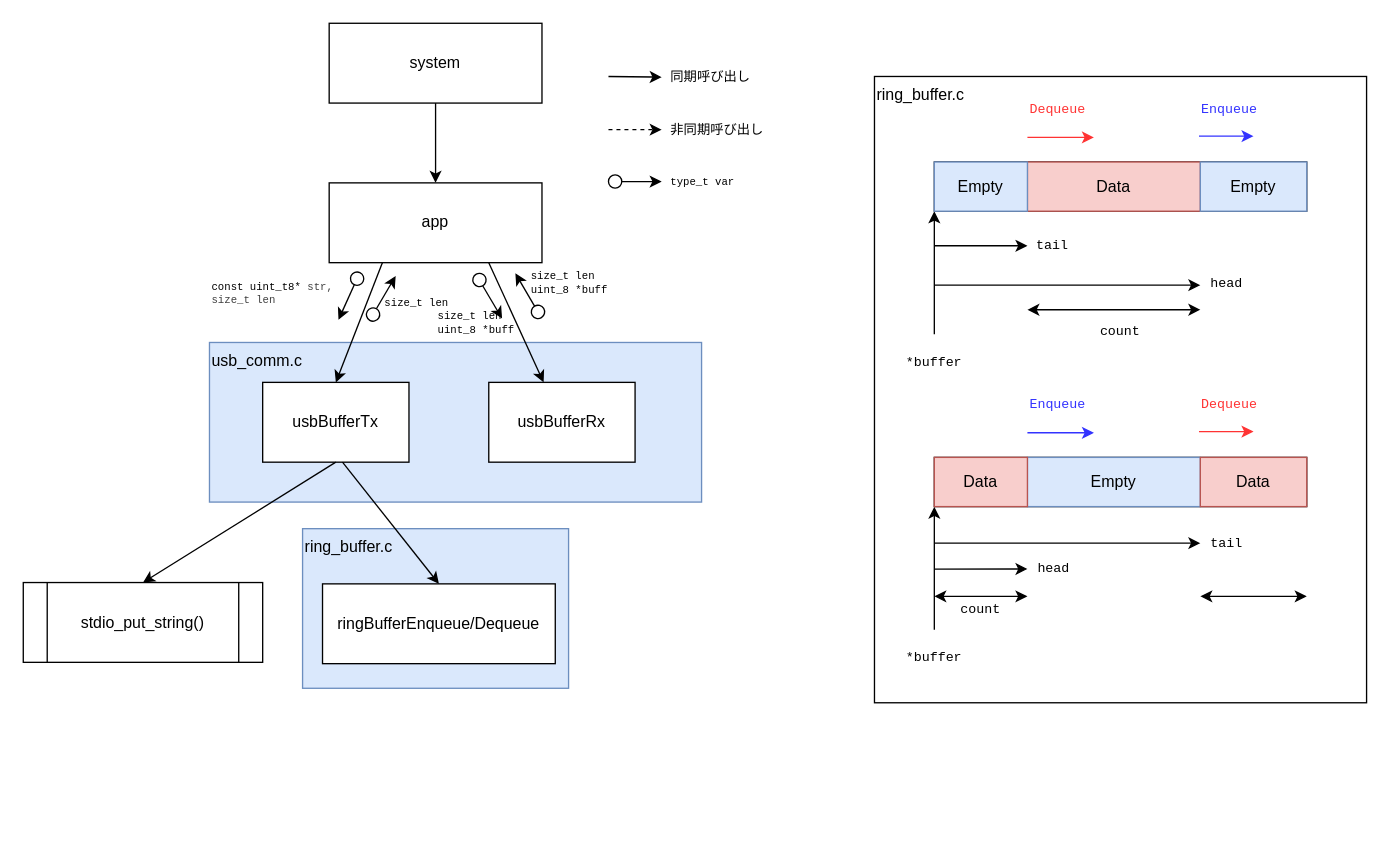
Earlier version of the draw.io diagram docs/usb通信_モジュール構造.drawio (mkou1256/raspico2w_playground). Source tidied: cells renumbered, new cells numbered last; positions are measured from the earlier drawing's top-left corner, leaving out a move shared by most shapes. Both pictures are drawn from the tidied source at 133%, with x=0, y=0 at pixel (23, 23).
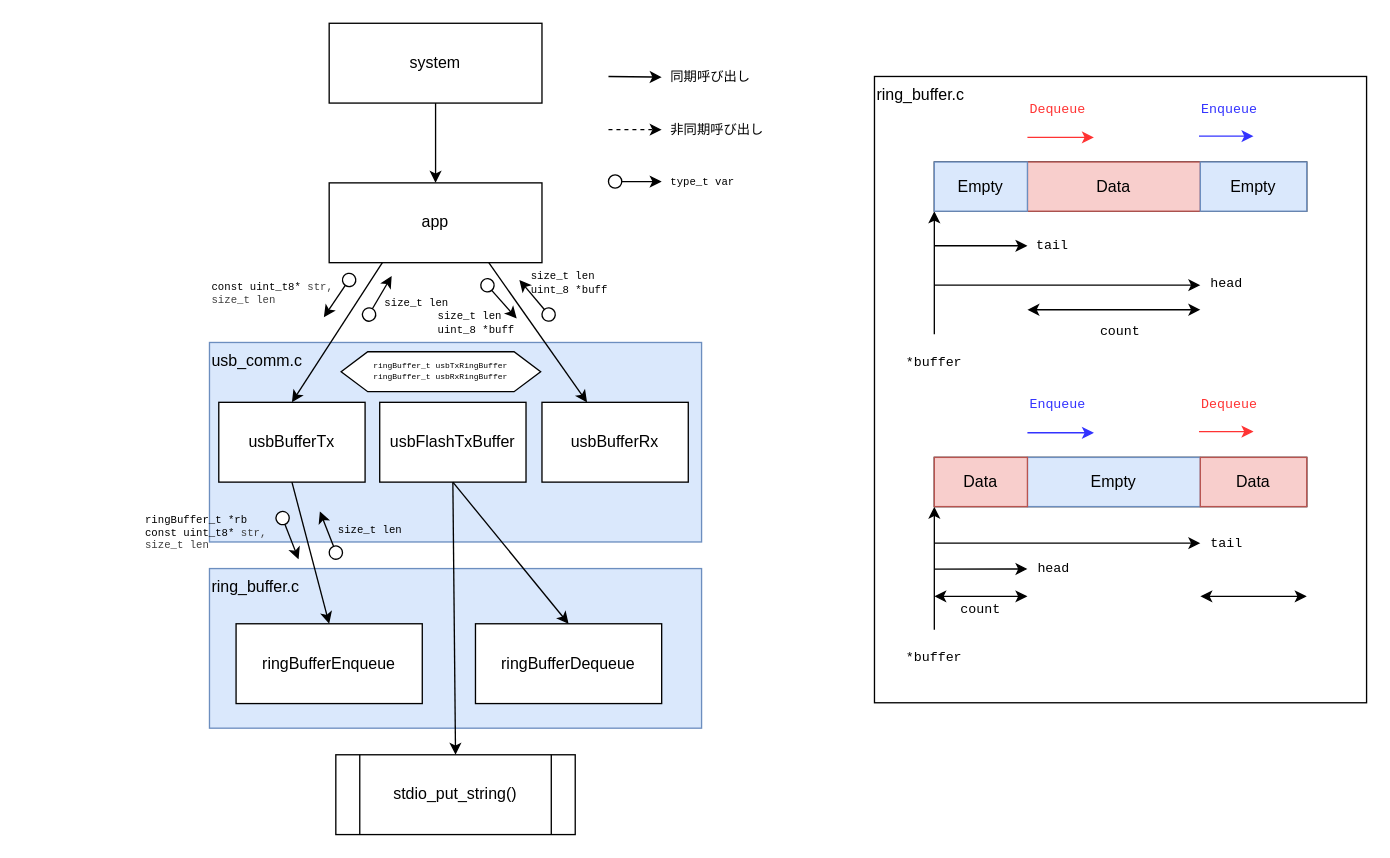
Above is the later version.

Diff of the diagram source:
```diff
@@
+    <mxCell id="75" style="group;" parent="1" vertex="1">
+      <mxGeometry x="140" y="410" width="370" height="120" as="geometry" />
+    </mxCell>
+    <mxCell id="35" value="ring_buffer.c" style="rounded=0;whiteSpace=wrap;html=1;align=left;horizontal=1;verticalAlign=top;labelBackgroundColor=none;fillColor=#dae8fc;strokeColor=#6c8ebf;fontFamily=Helvetica;" parent="75" vertex="1">
+      <mxGeometry width="370" height="120" as="geometry" />
+    </mxCell>
+    <mxCell id="36" value="ringBufferEnqueue" style="rounded=0;whiteSpace=wrap;html=1;" parent="75" vertex="1">
+      <mxGeometry x="20" y="41.5" width="140" height="60" as="geometry" />
+    </mxCell>
+    <mxCell id="76" value="ringBufferDequeue" style="rounded=0;whiteSpace=wrap;html=1;" parent="75" vertex="1">
+      <mxGeometry x="200" y="41.5" width="140" height="60" as="geometry" />
+    </mxCell>
@@
     <mxCell id="12" value="usb_comm.c" style="rounded=0;whiteSpace=wrap;html=1;align=left;horizontal=1;verticalAlign=top;labelBackgroundColor=none;fillColor=#dae8fc;strokeColor=#6c8ebf;fontFamily=Helvetica;" parent="1" vertex="1">
-      <mxGeometry x="140" y="240" width="370" height="120" as="geometry" />
+      <mxGeometry x="140" y="240" width="370" height="150" as="geometry" />
     </mxCell>
     <mxCell id="13" value="usbBufferTx" style="rounded=0;whiteSpace=wrap;html=1;" parent="1" vertex="1">
-      <mxGeometry x="180" y="270" width="110" height="60" as="geometry" />
+      <mxGeometry x="147" y="285" width="110" height="60" as="geometry" />
     </mxCell>
     <mxCell id="14" value="usbBufferRx" style="rounded=0;whiteSpace=wrap;html=1;" parent="1" vertex="1">
-      <mxGeometry x="350" y="270" width="110" height="60" as="geometry" />
+      <mxGeometry x="390" y="285" width="110" height="60" as="geometry" />
     </mxCell>
-    <mxCell id="15" style="group;rotation=-245;" parent="1" vertex="1">
-      <mxGeometry x="225" y="200" width="40" height="10" as="geometry" />
+    <mxCell id="15" style="group;rotation=-235;" parent="1" vertex="1">
+      <mxGeometry x="217" y="200" width="40" height="10" as="geometry" />
     </mxCell>
-    <mxCell id="16" style="ellipse;whiteSpace=wrap;html=1;rotation=-245;" parent="15" vertex="1">
-      <mxGeometry x="21" y="-13" width="10" height="10" as="geometry" />
+    <mxCell id="16" style="ellipse;whiteSpace=wrap;html=1;rotation=-235;" parent="15" vertex="1">
+      <mxGeometry x="23" y="-12" width="10" height="10" as="geometry" />
     </mxCell>
     <mxCell id="17" style="endArrow=classic;html=1;rounded=0;exitX=1;exitY=0.5;exitDx=0;exitDy=0;" parent="15" edge="1" source="16">
       <mxGeometry relative="1" as="geometry">
-        <mxPoint x="12" y="23" as="targetPoint" />
+        <mxPoint x="9" y="21" as="targetPoint" />
       </mxGeometry>
     </mxCell>
@@
     <mxCell id="22" style="group;rotation=-60;" parent="1" vertex="1">
-      <mxGeometry x="250" y="202" width="40" height="10" as="geometry" />
+      <mxGeometry x="247" y="202" width="40" height="10" as="geometry" />
     </mxCell>
@@
-    <mxCell id="26" style="group;rotation=61;" parent="1" vertex="1">
-      <mxGeometry x="330" y="200" width="40" height="10" as="geometry" />
+    <mxCell id="26" style="group;rotation=50;" parent="1" vertex="1">
+      <mxGeometry x="338" y="202" width="40" height="10" as="geometry" />
     </mxCell>
-    <mxCell id="27" style="ellipse;whiteSpace=wrap;html=1;rotation=61;" parent="26" vertex="1">
-      <mxGeometry x="8" y="-12" width="10" height="10" as="geometry" />
+    <mxCell id="27" style="ellipse;whiteSpace=wrap;html=1;rotation=50;" parent="26" vertex="1">
+      <mxGeometry x="6" y="-10" width="10" height="10" as="geometry" />
     </mxCell>
     <mxCell id="28" style="endArrow=classic;html=1;rounded=0;exitX=1;exitY=0.5;exitDx=0;exitDy=0;" parent="26" edge="1" source="27">
       <mxGeometry relative="1" as="geometry">
-        <mxPoint x="30" y="22" as="targetPoint" />
+        <mxPoint x="33" y="20" as="targetPoint" />
       </mxGeometry>
     </mxCell>
-    <mxCell id="29" style="group;rotation=-121;" parent="1" vertex="1">
-      <mxGeometry x="360" y="200" width="40" height="10" as="geometry" />
+    <mxCell id="29" style="group;rotation=-130;" parent="1" vertex="1">
+      <mxGeometry x="366" y="203" width="40" height="10" as="geometry" />
     </mxCell>
-    <mxCell id="30" style="ellipse;whiteSpace=wrap;html=1;rotation=-121;" parent="29" vertex="1">
-      <mxGeometry x="22" y="12" width="10" height="10" as="geometry" />
+    <mxCell id="30" style="ellipse;whiteSpace=wrap;html=1;rotation=-130;" parent="29" vertex="1">
+      <mxGeometry x="24" y="11" width="10" height="10" as="geometry" />
     </mxCell>
     <mxCell id="31" style="endArrow=classic;html=1;rounded=0;exitX=1;exitY=0.5;exitDx=0;exitDy=0;" parent="29" edge="1" source="30">
       <mxGeometry relative="1" as="geometry">
-        <mxPoint x="10" y="-12" as="targetPoint" />
+        <mxPoint x="7" y="-10" as="targetPoint" />
       </mxGeometry>
     </mxCell>
@@
-    <mxCell id="34" style="group;" parent="1" vertex="1">
-      <mxGeometry x="210" y="380" width="250" height="210" as="geometry" />
-    </mxCell>
-    <mxCell id="35" value="ring_buffer.c" style="rounded=0;whiteSpace=wrap;html=1;align=left;horizontal=1;verticalAlign=top;labelBackgroundColor=none;fillColor=#dae8fc;strokeColor=#6c8ebf;fontFamily=Helvetica;" parent="34" vertex="1">
-      <mxGeometry width="200" height="120" as="geometry" />
-    </mxCell>
-    <mxCell id="36" value="ringBufferEnqueue/Dequeue" style="rounded=0;whiteSpace=wrap;html=1;" parent="34" vertex="1">
-      <mxGeometry x="15" y="41.5" width="175" height="60" as="geometry" />
-    </mxCell>
     <mxCell id="37" value="stdio_put_string()" style="shape=process;whiteSpace=wrap;html=1;backgroundOutline=1;" parent="1" vertex="1">
-      <mxGeometry y="420.5" width="180" height="60" as="geometry" />
+      <mxGeometry x="235" y="550" width="180" height="60" as="geometry" />
     </mxCell>
-    <mxCell id="38" style="endArrow=classic;html=1;rounded=0;exitX=0.5;exitY=1;exitDx=0;exitDy=0;entryX=0.5;entryY=0;entryDx=0;entryDy=0;" parent="1" edge="1" source="13" target="37">
+    <mxCell id="38" style="endArrow=classic;html=1;rounded=0;exitX=0.5;exitY=1;exitDx=0;exitDy=0;entryX=0.5;entryY=0;entryDx=0;entryDy=0;" parent="1" edge="1" source="77" target="37">
       <mxGeometry relative="1" as="geometry" />
     </mxCell>
-    <mxCell id="39" style="endArrow=classic;html=1;rounded=0;entryX=0.5;entryY=0;entryDx=0;entryDy=0;" parent="1" edge="1" target="36">
-      <mxGeometry relative="1" as="geometry">
-        <mxPoint x="240" y="330" as="sourcePoint" />
-      </mxGeometry>
+    <mxCell id="39" style="endArrow=classic;html=1;rounded=0;entryX=0.5;entryY=0;entryDx=0;entryDy=0;exitX=0.5;exitY=1;exitDx=0;exitDy=0;" parent="1" edge="1" source="13" target="36">
+      <mxGeometry relative="1" as="geometry" />
     </mxCell>
@@
+    <mxCell id="77" value="usbFlashTxBuffer" style="rounded=0;whiteSpace=wrap;html=1;" parent="1" vertex="1">
+      <mxGeometry x="268" y="285" width="110" height="60" as="geometry" />
+    </mxCell>
+    <mxCell id="78" style="endArrow=classic;html=1;rounded=0;entryX=0.5;entryY=0;entryDx=0;entryDy=0;exitX=0.5;exitY=1;exitDx=0;exitDy=0;" parent="1" edge="1" source="77" target="76">
+      <mxGeometry relative="1" as="geometry" />
+    </mxCell>
+    <mxCell id="79" style="group;rotation=70;" parent="1" vertex="1">
+      <mxGeometry x="180" y="380" width="40" height="10" as="geometry" />
+    </mxCell>
+    <mxCell id="80" style="ellipse;whiteSpace=wrap;html=1;rotation=70;" parent="79" vertex="1">
+      <mxGeometry x="10" y="-13" width="10" height="10" as="geometry" />
+    </mxCell>
+    <mxCell id="81" style="endArrow=classic;html=1;rounded=0;exitX=1;exitY=0.5;exitDx=0;exitDy=0;" parent="79" edge="1" source="80">
+      <mxGeometry relative="1" as="geometry">
+        <mxPoint x="27" y="23" as="targetPoint" />
+      </mxGeometry>
+    </mxCell>
+    <mxCell id="82" value="&lt;div&gt;ringBuffer_t *rb&lt;/div&gt;const uint_t8*&amp;nbsp;&lt;span style=&quot;color: rgb(63, 63, 63); background-color: transparent;&quot;&gt;str,&lt;/span&gt;&lt;div&gt;&lt;span style=&quot;color: rgb(63, 63, 63); background-color: transparent;&quot;&gt;size_t len&lt;/span&gt;&lt;/div&gt;" style="text;html=1;align=left;verticalAlign=middle;whiteSpace=wrap;rounded=0;fontFamily=Courier New;fontSize=8;" parent="1" vertex="1">
+      <mxGeometry x="90" y="360" width="100" height="45" as="geometry" />
+    </mxCell>
+    <mxCell id="83" value="ringBuffer_t usbTxRingBuffer&lt;div&gt;&lt;span style=&quot;color: rgb(0, 0, 0);&quot;&gt;ringBuffer_t usbRxRingBuffer&lt;/span&gt;&lt;/div&gt;" style="shape=hexagon;perimeter=hexagonPerimeter2;whiteSpace=wrap;html=1;fixedSize=1;fontFamily=Courier New;fontSize=6;" parent="1" vertex="1">
+      <mxGeometry x="239" y="247" width="150" height="30" as="geometry" />
+    </mxCell>
+    <mxCell id="84" style="group;rotation=-110;" parent="1" vertex="1">
+      <mxGeometry x="210" y="380" width="40" height="10" as="geometry" />
+    </mxCell>
+    <mxCell id="85" style="ellipse;whiteSpace=wrap;html=1;rotation=-110;" parent="84" vertex="1">
+      <mxGeometry x="20" y="13" width="10" height="10" as="geometry" />
+    </mxCell>
+    <mxCell id="86" style="endArrow=classic;html=1;rounded=0;exitX=1;exitY=0.5;exitDx=0;exitDy=0;" parent="84" edge="1" source="85">
+      <mxGeometry relative="1" as="geometry">
+        <mxPoint x="13" y="-13" as="targetPoint" />
+      </mxGeometry>
+    </mxCell>
+    <mxCell id="87" value="&lt;div&gt;&lt;span style=&quot;background-color: transparent;&quot;&gt;size_t len&lt;/span&gt;&lt;/div&gt;" style="text;html=1;align=left;verticalAlign=middle;whiteSpace=wrap;rounded=0;fontFamily=Courier New;fontSize=8;" parent="1" vertex="1">
+      <mxGeometry x="235" y="372.5" width="60" height="17.5" as="geometry" />
+    </mxCell>
```
